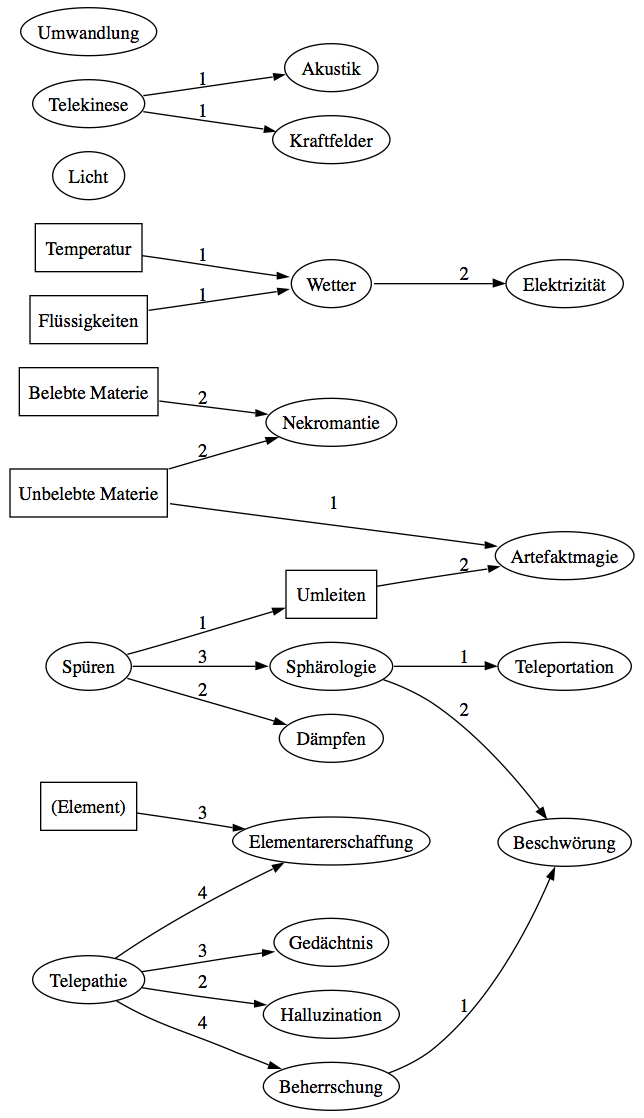
aeraderzauberey/aeraderzauberey.github.io keeps this Graphviz diagram as Regelwerk/Magiebereiche.png. Above is the earlier version. Its source is kept beside it as Regelwerk/Magiebereiche.dot. Its diagram source:
```dot
digraph untitled
	{
		rankdir=LR;

		{ rank="same"
		"Belebte Materie" [shape=box]
		Temperatur [shape=box]/*[fontcolor=white style=filled fillcolor=black]*/
		Licht [group=1]
		Spüren [group=1]
		Telekinese
		Telepathie
		Umwandlung
		"Unbelebte Materie" [shape=box]
		Flüssigkeiten [shape=box]
		}

		{ /*rank="same"*/
		Akustik
		Beherrschung
		Dämpfen
		Gedächtnis
		Halluzination
		Kraftfelder
		Sphärologie
		Umleiten [shape=box]
		}

		{ /*rank="same"*/
		Elementarerschaffung
		Nekromantie
		Teleportation
		Wetter
		}

		{ /*rank="same"*/
		Artefaktmagie
		Elektrizität
		}

		{ /*rank="same"*/
		Beschwörung
		}

		"(Element)" [shape=box]

		Telekinese -> Akustik [label=" 1"];
		Telepathie -> Beherrschung [label=" 4"];
		Spüren -> Dämpfen [label=" 2"];
		Telepathie -> Gedächtnis [label=" 3"];
		Telepathie -> Halluzination [label=" 2"];
		Telekinese -> Kraftfelder [label=" 1"];
		Spüren -> Sphärologie [label=" 3"];
		Spüren -> Umleiten [label=" 1"];
		"Belebte Materie" -> Nekromantie [label=" 2"];
		"Unbelebte Materie" -> Nekromantie [label=" 2"];
		Sphärologie -> Teleportation [label=" 1"];
		Flüssigkeiten -> Wetter [label=" 1"];
		Temperatur -> Wetter [label=" 1"];
		"Unbelebte Materie" -> Artefaktmagie [label=" 1"];
		Umleiten -> Artefaktmagie [label=" 2"];
		Wetter -> Elektrizität [label=" 2"];
		Sphärologie -> Beschwörung [label=" 2"];
		Beherrschung -> Beschwörung [label=" 1"];


		Telepathie -> Elementarerschaffung [label=" 4"];
		"(Element)" -> Elementarerschaffung [label=" 3"];
		}
	}
```
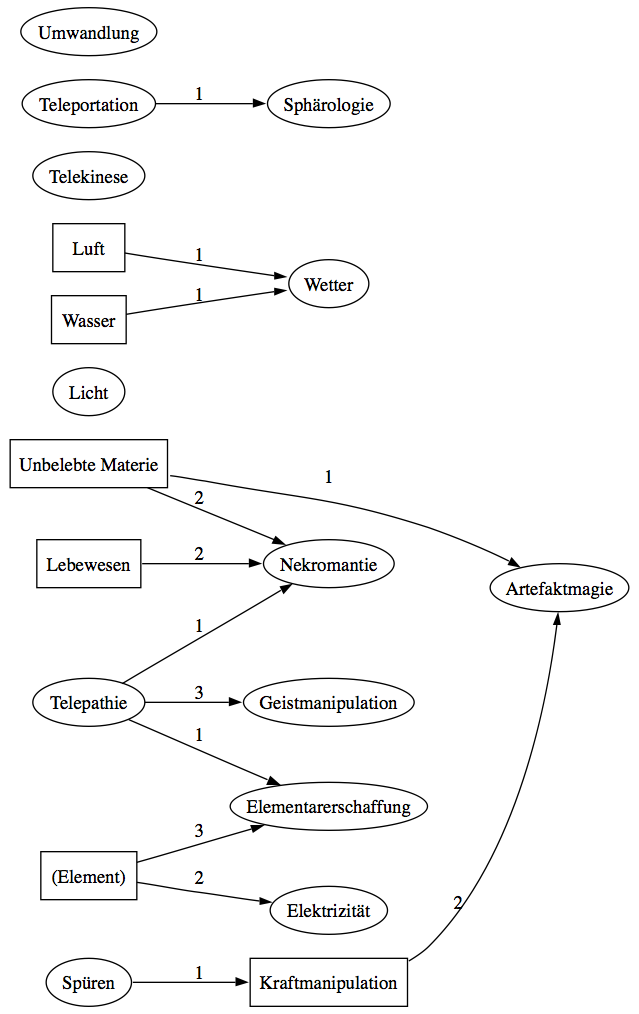
The same file after the commit.

The edit, as a diff of the source:
```diff
@@ -3,67 +3,57 @@
 		rankdir=LR;
 
 		{ rank="same"
-		"Belebte Materie" [shape=box]
-		Temperatur [shape=box]/*[fontcolor=white style=filled fillcolor=black]*/
+		Lebewesen [shape=box]
 		Licht [group=1]
+		Luft [shape=box]
 		Spüren [group=1]
 		Telekinese
 		Telepathie
+		Teleportation
+		"Unbelebte Materie" [shape=box]
 		Umwandlung
-		"Unbelebte Materie" [shape=box]
-		Flüssigkeiten [shape=box]
+		Wasser [shape=box]
 		}
 
-		{ /*rank="same"*/
-		Akustik
-		Beherrschung
-		Dämpfen
-		Gedächtnis
-		Halluzination
-		Kraftfelder
+		{
+		Geistmanipulation
 		Sphärologie
-		Umleiten [shape=box]
+		Kraftmanipulation [shape=box]
 		}
 
-		{ /*rank="same"*/
+		{
 		Elementarerschaffung
-		Nekromantie
-		Teleportation
 		Wetter
 		}
 
-		{ /*rank="same"*/
+		{
 		Artefaktmagie
 		Elektrizität
-		}
-
-		{ /*rank="same"*/
-		Beschwörung
+		Nekromantie
 		}
 
 		"(Element)" [shape=box]
 
-		Telekinese -> Akustik [label=" 1"];
-		Telepathie -> Beherrschung [label=" 4"];
-		Spüren -> Dämpfen [label=" 2"];
-		Telepathie -> Gedächtnis [label=" 3"];
-		Telepathie -> Halluzination [label=" 2"];
-		Telekinese -> Kraftfelder [label=" 1"];
-		Spüren -> Sphärologie [label=" 3"];
-		Spüren -> Umleiten [label=" 1"];
-		"Belebte Materie" -> Nekromantie [label=" 2"];
-		"Unbelebte Materie" -> Nekromantie [label=" 2"];
-		Sphärologie -> Teleportation [label=" 1"];
-		Flüssigkeiten -> Wetter [label=" 1"];
-		Temperatur -> Wetter [label=" 1"];
-		"Unbelebte Materie" -> Artefaktmagie [label=" 1"];
-		Umleiten -> Artefaktmagie [label=" 2"];
-		Wetter -> Elektrizität [label=" 2"];
-		Sphärologie -> Beschwörung [label=" 2"];
-		Beherrschung -> Beschwörung [label=" 1"];
 
+		Telepathie -> Geistmanipulation [label="3"];
 
-		Telepathie -> Elementarerschaffung [label=" 4"];
-		"(Element)" -> Elementarerschaffung [label=" 3"];
+		Spüren -> Kraftmanipulation [label="1"];
+
+		Lebewesen -> Nekromantie [label="2"];
+		"Unbelebte Materie" -> Nekromantie [label="2"];
+		Telepathie -> Nekromantie [label="1"];
+
+		Teleportation -> Sphärologie [label="1"];
+
+		Wasser -> Wetter [label="1"];
+		Luft -> Wetter [label="1"];
+
+		"Unbelebte Materie" -> Artefaktmagie [label="1"];
+		Kraftmanipulation -> Artefaktmagie [label="2"];
+
+		Telepathie -> Elementarerschaffung [label="1"];
+		"(Element)" -> Elementarerschaffung [label="3"];
+
+		"(Element)" -> Elektrizität [label="2"];
 		}
 	}
```
